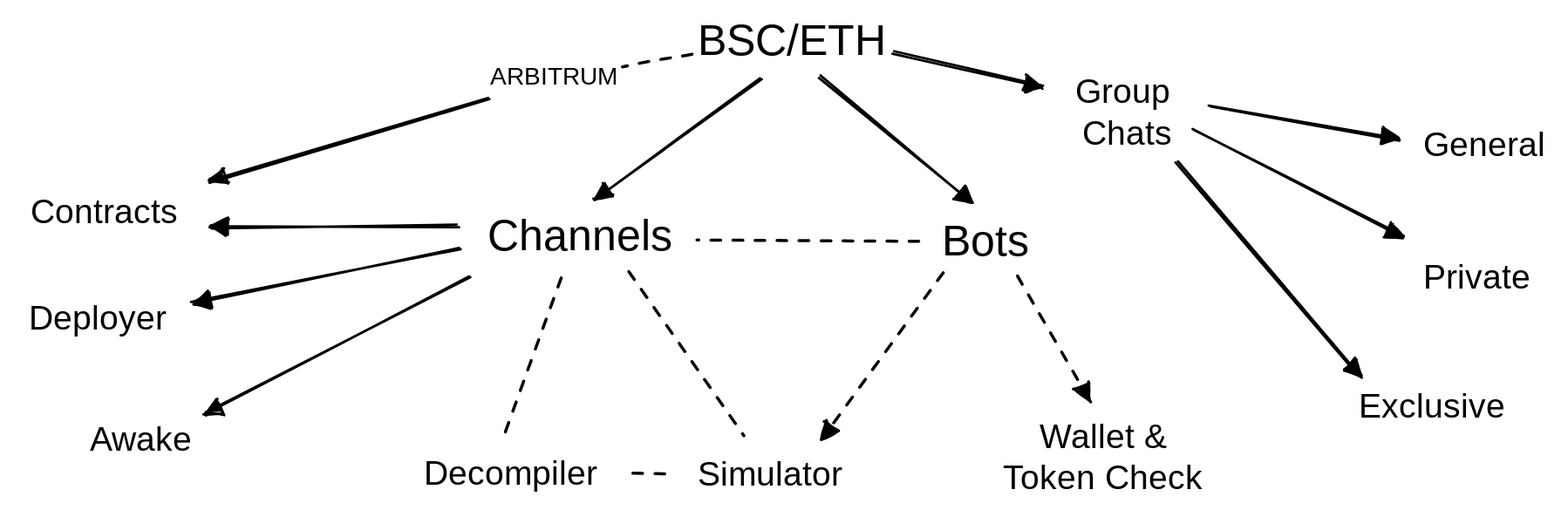
Before: .gitbook/assets/file.drawing (1).svg, a diagram exported from Excalidraw (kokosthief/DeFi-Robot-Documentation). Source tidied: one line per element, renumbered; positions are measured from the earlier drawing's top-left corner, leaving out a move shared by most shapes. Its diagram source:
```json
{"id": 0, "type": "text", "text": "BSC/ETH", "strokeColor": "#000000", "strokeWidth": 1, "roughness": 1, "fontSize": 36, "fontFamily": 3, "textAlign": "center", "x": 564, "y": 0, "width": 150, "height": 43}
{"id": 1, "type": "text", "text": "Group \nChats", "strokeColor": "#000000", "strokeWidth": 1, "roughness": 1, "fontSize": 28, "fontFamily": 3, "textAlign": "center", "x": 864, "y": 48, "width": 99, "height": 68}
{"id": 2, "type": "text", "text": "Channels", "strokeColor": "#000000", "strokeWidth": 1, "roughness": 1, "fontSize": 36, "fontFamily": 3, "textAlign": "center", "x": 379, "y": 160, "width": 171, "height": 43}
{"id": 3, "type": "arrow", "strokeColor": "#000000", "strokeWidth": 2, "roughness": 1, "endArrowhead": "triangle", "from": 0, "to": 2, "x": 614, "y": 54, "width": 136, "height": 99, "points": [[0, 0], [-136, 99]]}
{"id": 4, "type": "text", "text": "Contracts", "strokeColor": "#000000", "strokeWidth": 2, "roughness": 1, "fontSize": 28, "fontFamily": 3, "textAlign": "center", "x": 0, "y": 146, "width": 150, "height": 34}
{"id": 5, "type": "text", "text": "Deployer", "strokeColor": "#000000", "strokeWidth": 2, "roughness": 1, "fontSize": 28, "fontFamily": 3, "textAlign": "center", "x": 3, "y": 233, "width": 133, "height": 34}
{"id": 6, "type": "text", "text": "Awake", "strokeColor": "#000000", "strokeWidth": 2, "roughness": 1, "fontSize": 28, "fontFamily": 3, "textAlign": "center", "x": 63, "y": 332, "width": 84, "height": 34}
{"id": 7, "type": "arrow", "strokeColor": "#000000", "strokeWidth": 2, "roughness": 1, "endArrowhead": "triangle", "from": 2, "to": 5, "x": 367, "y": 194, "width": 220, "height": 44, "points": [[0, 0], [-220, 44]]}
{"id": 8, "type": "arrow", "strokeColor": "#000000", "strokeWidth": 2, "roughness": 1, "endArrowhead": "triangle", "from": 2, "to": 4, "x": 365, "y": 175, "width": 202, "height": 2, "points": [[0, 0], [-202, 2]]}
{"id": 9, "type": "arrow", "strokeColor": "#000000", "strokeWidth": 2, "roughness": 1, "endArrowhead": "triangle", "from": 2, "to": 6, "x": 374, "y": 216, "width": 217, "height": 112, "points": [[0, 0], [-217, 112]]}
{"id": 10, "type": "arrow", "strokeColor": "#000000", "strokeWidth": 2, "roughness": 1, "endArrowhead": "triangle", "from": 0, "to": 1, "x": 722, "y": 33, "width": 122, "height": 28, "points": [[0, 0], [122, 28]]}
{"id": 11, "type": "text", "text": "Private", "strokeColor": "#000000", "strokeWidth": 1, "roughness": 1, "fontSize": 28, "fontFamily": 3, "textAlign": "center", "x": 1141, "y": 199, "width": 117, "height": 34}
{"id": 12, "type": "arrow", "strokeColor": "#000000", "strokeWidth": 2, "roughness": 1, "endArrowhead": "triangle", "from": 1, "to": 11, "x": 968, "y": 96, "width": 172, "height": 88, "points": [[0, 0], [172, 88]]}
{"id": 13, "type": "text", "text": "Exclusive", "strokeColor": "#000000", "strokeWidth": 1, "roughness": 1, "fontSize": 28, "fontFamily": 3, "textAlign": "center", "x": 1088, "y": 305, "width": 150, "height": 34}
{"id": 14, "type": "arrow", "strokeColor": "#000000", "strokeWidth": 2, "roughness": 1, "endArrowhead": "triangle", "from": 1, "to": 13, "x": 953, "y": 123, "width": 150, "height": 176, "points": [[0, 0], [150, 176]]}
{"id": 15, "type": "text", "text": "ARBITRUM", "strokeColor": "#000000", "strokeWidth": 1, "roughness": 1, "fontSize": 20, "fontFamily": 3, "textAlign": "center", "x": 396, "y": 41, "width": 96, "height": 24}
{"id": 16, "type": "arrow", "strokeColor": "#000000", "strokeWidth": 2, "strokeStyle": "dashed", "roughness": 1, "from": 0, "to": 15, "x": 556, "y": 34, "width": 55, "height": 12, "points": [[0, 0], [-55, 12]]}
{"id": 17, "type": "arrow", "strokeColor": "#000000", "strokeWidth": 2, "roughness": 1, "endArrowhead": "triangle", "from": 15, "to": 4, "x": 390, "y": 71, "width": 229, "height": 68, "points": [[0, 0], [-229, 68]]}
{"id": 18, "type": "text", "text": "Simulator", "strokeColor": "#000000", "strokeWidth": 1, "roughness": 1, "fontSize": 28, "fontFamily": 3, "textAlign": "center", "x": 546, "y": 361, "width": 150, "height": 34}
{"id": 19, "type": "text", "text": "Wallet &\nToken Check", "strokeColor": "#000000", "strokeWidth": 1, "roughness": 1, "fontSize": 28, "fontFamily": 3, "textAlign": "center", "x": 802, "y": 330, "width": 182, "height": 68}
{"id": 20, "type": "arrow", "strokeColor": "#000000", "strokeWidth": 2, "strokeStyle": "dashed", "roughness": 1, "from": 2, "to": 18, "x": 506, "y": 213, "width": 94, "height": 134, "points": [[0, 0], [94, 134]]}
{"id": 21, "type": "text", "text": "Decompiler", "strokeColor": "#000000", "strokeWidth": 1, "roughness": 1, "fontSize": 28, "fontFamily": 3, "textAlign": "center", "x": 325, "y": 360, "width": 166, "height": 34}
{"id": 22, "type": "text", "text": "Bots", "strokeColor": "#000000", "strokeWidth": 1, "roughness": 1, "fontSize": 36, "fontFamily": 3, "textAlign": "center", "x": 754, "y": 165, "width": 86, "height": 43}
{"id": 23, "type": "arrow", "strokeColor": "#000000", "strokeWidth": 2, "roughness": 1, "endArrowhead": "triangle", "from": 0, "to": 22, "x": 662, "y": 53, "width": 123, "height": 103, "points": [[0, 0], [123, 103]]}
{"id": 24, "type": "arrow", "strokeColor": "#000000", "strokeWidth": 2, "strokeStyle": "dashed", "roughness": 1, "from": 18, "to": 21, "x": 536, "y": 378, "width": 35, "height": 1, "points": [[0, 0], [-35, 1]]}
{"id": 25, "type": "arrow", "strokeColor": "#000000", "strokeWidth": 2, "strokeStyle": "dashed", "roughness": 1, "endArrowhead": "triangle", "from": 22, "to": 18, "x": 762, "y": 214, "width": 97, "height": 137, "points": [[0, 0], [-97, 137]]}
{"id": 26, "type": "arrow", "strokeColor": "#000000", "strokeWidth": 2, "strokeStyle": "dashed", "roughness": 1, "endArrowhead": "triangle", "from": 22, "to": 19, "x": 824, "y": 215, "width": 57, "height": 102, "points": [[0, 0], [57, 102]]}
{"id": 27, "type": "arrow", "strokeColor": "#000000", "strokeWidth": 2, "strokeStyle": "dashed", "roughness": 1, "from": 2, "to": 21, "x": 450, "y": 218, "width": 47, "height": 130, "points": [[0, 0], [-47, 130]]}
{"id": 28, "type": "text", "text": "General", "strokeColor": "#000000", "strokeWidth": 1, "roughness": 1, "fontSize": 28, "fontFamily": 3, "textAlign": "center", "x": 1147, "y": 91, "width": 117, "height": 34}
{"id": 29, "type": "arrow", "strokeColor": "#000000", "strokeWidth": 2, "roughness": 1, "endArrowhead": "triangle", "from": 1, "to": 28, "x": 982, "y": 77, "width": 154, "height": 28, "points": [[0, 0], [154, 28]]}
{"id": 30, "type": "arrow", "strokeColor": "#000000", "strokeWidth": 2, "strokeStyle": "dashed", "roughness": 1, "from": 22, "to": 2, "x": 743, "y": 188, "width": 183, "height": 1, "points": [[0, 0], [-183, -1]]}
```
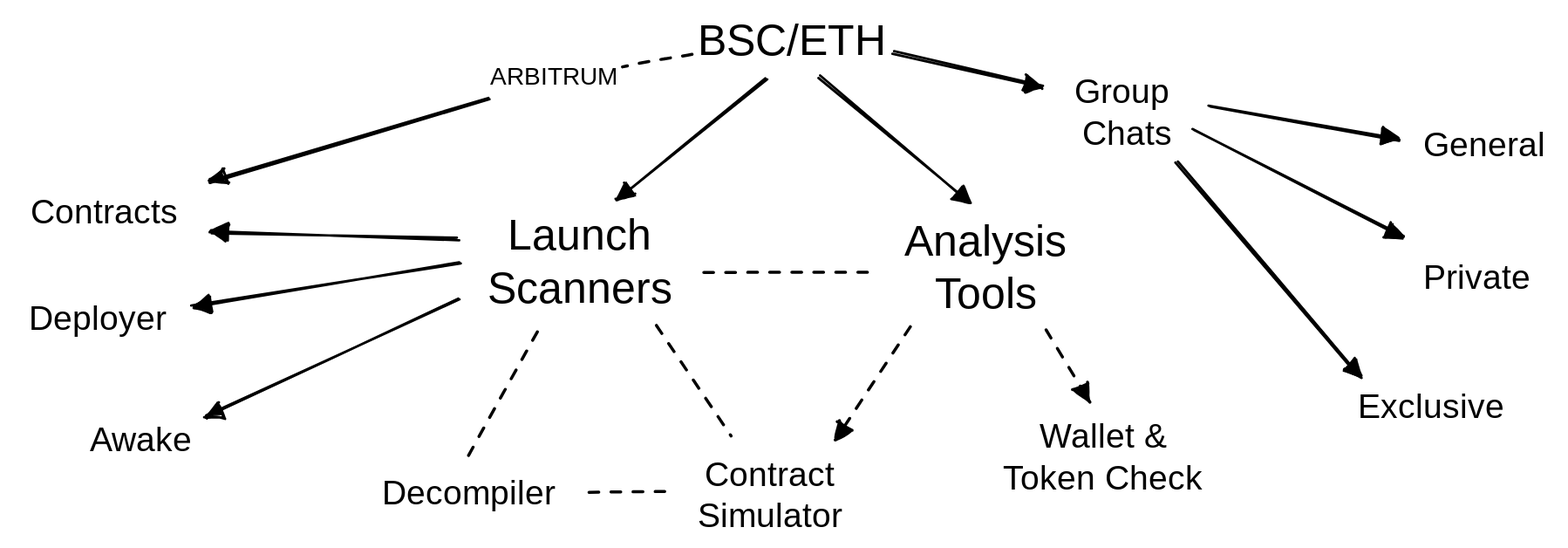
After the change.

Diff of the diagram source:
```diff
@@ -1,13 +1,13 @@
 {"id": 0, "type": "text", "text": "BSC/ETH", "strokeColor": "#000000", "strokeWidth": 1, "roughness": 1, "fontSize": 36, "fontFamily": 3, "textAlign": "center", "x": 564, "y": 0, "width": 150, "height": 43}
 {"id": 1, "type": "text", "text": "Group \nChats", "strokeColor": "#000000", "strokeWidth": 1, "roughness": 1, "fontSize": 28, "fontFamily": 3, "textAlign": "center", "x": 864, "y": 48, "width": 99, "height": 68}
-{"id": 2, "type": "text", "text": "Channels", "strokeColor": "#000000", "strokeWidth": 1, "roughness": 1, "fontSize": 36, "fontFamily": 3, "textAlign": "center", "x": 379, "y": 160, "width": 171, "height": 43}
+{"id": 2, "type": "text", "text": "Launch\nScanners", "strokeColor": "#000000", "strokeWidth": 1, "roughness": 1, "fontSize": 36, "fontFamily": 3, "textAlign": "center", "x": 379, "y": 160, "width": 171, "height": 87}
-{"id": 3, "type": "arrow", "strokeColor": "#000000", "strokeWidth": 2, "roughness": 1, "endArrowhead": "triangle", "from": 0, "to": 2, "x": 614, "y": 54, "width": 136, "height": 99, "points": [[0, 0], [-136, 99]]}
+{"id": 3, "type": "arrow", "strokeColor": "#000000", "strokeWidth": 2, "roughness": 1, "endArrowhead": "triangle", "from": 0, "to": 2, "x": 619, "y": 54, "width": 122, "height": 99, "points": [[0, 0], [-122, 99]]}
 {"id": 4, "type": "text", "text": "Contracts", "strokeColor": "#000000", "strokeWidth": 2, "roughness": 1, "fontSize": 28, "fontFamily": 3, "textAlign": "center", "x": 0, "y": 146, "width": 150, "height": 34}
 {"id": 5, "type": "text", "text": "Deployer", "strokeColor": "#000000", "strokeWidth": 2, "roughness": 1, "fontSize": 28, "fontFamily": 3, "textAlign": "center", "x": 3, "y": 233, "width": 133, "height": 34}
 {"id": 6, "type": "text", "text": "Awake", "strokeColor": "#000000", "strokeWidth": 2, "roughness": 1, "fontSize": 28, "fontFamily": 3, "textAlign": "center", "x": 63, "y": 332, "width": 84, "height": 34}
-{"id": 7, "type": "arrow", "strokeColor": "#000000", "strokeWidth": 2, "roughness": 1, "endArrowhead": "triangle", "from": 2, "to": 5, "x": 367, "y": 194, "width": 220, "height": 44, "points": [[0, 0], [-220, 44]]}
+{"id": 7, "type": "arrow", "strokeColor": "#000000", "strokeWidth": 2, "roughness": 1, "endArrowhead": "triangle", "from": 2, "to": 5, "x": 367, "y": 206, "width": 220, "height": 35, "points": [[0, 0], [-220, 35]]}
-{"id": 8, "type": "arrow", "strokeColor": "#000000", "strokeWidth": 2, "roughness": 1, "endArrowhead": "triangle", "from": 2, "to": 4, "x": 365, "y": 175, "width": 202, "height": 2, "points": [[0, 0], [-202, 2]]}
+{"id": 8, "type": "arrow", "strokeColor": "#000000", "strokeWidth": 2, "roughness": 1, "endArrowhead": "triangle", "from": 2, "to": 4, "x": 365, "y": 185, "width": 202, "height": 5, "points": [[0, 0], [-202, -5]]}
-{"id": 9, "type": "arrow", "strokeColor": "#000000", "strokeWidth": 2, "roughness": 1, "endArrowhead": "triangle", "from": 2, "to": 6, "x": 374, "y": 216, "width": 217, "height": 112, "points": [[0, 0], [-217, 112]]}
+{"id": 9, "type": "arrow", "strokeColor": "#000000", "strokeWidth": 2, "roughness": 1, "endArrowhead": "triangle", "from": 2, "to": 6, "x": 365, "y": 234, "width": 207, "height": 96, "points": [[0, 0], [-207, 96]]}
 {"id": 10, "type": "arrow", "strokeColor": "#000000", "strokeWidth": 2, "roughness": 1, "endArrowhead": "triangle", "from": 0, "to": 1, "x": 722, "y": 33, "width": 122, "height": 28, "points": [[0, 0], [122, 28]]}
 {"id": 11, "type": "text", "text": "Private", "strokeColor": "#000000", "strokeWidth": 1, "roughness": 1, "fontSize": 28, "fontFamily": 3, "textAlign": "center", "x": 1141, "y": 199, "width": 117, "height": 34}
 {"id": 12, "type": "arrow", "strokeColor": "#000000", "strokeWidth": 2, "roughness": 1, "endArrowhead": "triangle", "from": 1, "to": 11, "x": 968, "y": 96, "width": 172, "height": 88, "points": [[0, 0], [172, 88]]}
@@ -16,16 +16,16 @@
 {"id": 15, "type": "text", "text": "ARBITRUM", "strokeColor": "#000000", "strokeWidth": 1, "roughness": 1, "fontSize": 20, "fontFamily": 3, "textAlign": "center", "x": 396, "y": 41, "width": 96, "height": 24}
 {"id": 16, "type": "arrow", "strokeColor": "#000000", "strokeWidth": 2, "strokeStyle": "dashed", "roughness": 1, "from": 0, "to": 15, "x": 556, "y": 34, "width": 55, "height": 12, "points": [[0, 0], [-55, 12]]}
 {"id": 17, "type": "arrow", "strokeColor": "#000000", "strokeWidth": 2, "roughness": 1, "endArrowhead": "triangle", "from": 15, "to": 4, "x": 390, "y": 71, "width": 229, "height": 68, "points": [[0, 0], [-229, 68]]}
-{"id": 18, "type": "text", "text": "Simulator", "strokeColor": "#000000", "strokeWidth": 1, "roughness": 1, "fontSize": 28, "fontFamily": 3, "textAlign": "center", "x": 546, "y": 361, "width": 150, "height": 34}
+{"id": 18, "type": "text", "text": "Contract\nSimulator", "strokeColor": "#000000", "strokeWidth": 1, "roughness": 1, "fontSize": 28, "fontFamily": 3, "textAlign": "center", "x": 546, "y": 361, "width": 150, "height": 68}
 {"id": 19, "type": "text", "text": "Wallet &\nToken Check", "strokeColor": "#000000", "strokeWidth": 1, "roughness": 1, "fontSize": 28, "fontFamily": 3, "textAlign": "center", "x": 802, "y": 330, "width": 182, "height": 68}
-{"id": 20, "type": "arrow", "strokeColor": "#000000", "strokeWidth": 2, "strokeStyle": "dashed", "roughness": 1, "from": 2, "to": 18, "x": 506, "y": 213, "width": 94, "height": 134, "points": [[0, 0], [94, 134]]}
+{"id": 20, "type": "arrow", "strokeColor": "#000000", "strokeWidth": 2, "strokeStyle": "dashed", "roughness": 1, "from": 2, "to": 18, "x": 529, "y": 257, "width": 61, "height": 90, "points": [[0, 0], [61, 90]]}
-{"id": 21, "type": "text", "text": "Decompiler", "strokeColor": "#000000", "strokeWidth": 1, "roughness": 1, "fontSize": 28, "fontFamily": 3, "textAlign": "center", "x": 325, "y": 360, "width": 166, "height": 34}
+{"id": 21, "type": "text", "text": "Decompiler", "strokeColor": "#000000", "strokeWidth": 1, "roughness": 1, "fontSize": 28, "fontFamily": 3, "textAlign": "center", "x": 291, "y": 376, "width": 166, "height": 34}
-{"id": 22, "type": "text", "text": "Bots", "strokeColor": "#000000", "strokeWidth": 1, "roughness": 1, "fontSize": 36, "fontFamily": 3, "textAlign": "center", "x": 754, "y": 165, "width": 86, "height": 43}
+{"id": 22, "type": "text", "text": "Analysis\nTools", "strokeColor": "#000000", "strokeWidth": 1, "roughness": 1, "fontSize": 36, "fontFamily": 3, "textAlign": "center", "x": 712, "y": 165, "width": 170, "height": 87}
-{"id": 23, "type": "arrow", "strokeColor": "#000000", "strokeWidth": 2, "roughness": 1, "endArrowhead": "triangle", "from": 0, "to": 22, "x": 662, "y": 53, "width": 123, "height": 103, "points": [[0, 0], [123, 103]]}
+{"id": 23, "type": "arrow", "strokeColor": "#000000", "strokeWidth": 2, "roughness": 1, "endArrowhead": "triangle", "from": 0, "to": 22, "x": 662, "y": 53, "width": 122, "height": 103, "points": [[0, 0], [122, 103]]}
-{"id": 24, "type": "arrow", "strokeColor": "#000000", "strokeWidth": 2, "strokeStyle": "dashed", "roughness": 1, "from": 18, "to": 21, "x": 536, "y": 378, "width": 35, "height": 1, "points": [[0, 0], [-35, 1]]}
+{"id": 24, "type": "arrow", "strokeColor": "#000000", "strokeWidth": 2, "strokeStyle": "dashed", "roughness": 1, "from": 18, "to": 21, "x": 536, "y": 392, "width": 69, "height": 3, "points": [[0, 0], [-69, 3]]}
-{"id": 25, "type": "arrow", "strokeColor": "#000000", "strokeWidth": 2, "strokeStyle": "dashed", "roughness": 1, "endArrowhead": "triangle", "from": 22, "to": 18, "x": 762, "y": 214, "width": 97, "height": 137, "points": [[0, 0], [-97, 137]]}
+{"id": 25, "type": "arrow", "strokeColor": "#000000", "strokeWidth": 2, "strokeStyle": "dashed", "roughness": 1, "endArrowhead": "triangle", "from": 22, "to": 18, "x": 735, "y": 258, "width": 59, "height": 93, "points": [[0, 0], [-59, 93]]}
-{"id": 26, "type": "arrow", "strokeColor": "#000000", "strokeWidth": 2, "strokeStyle": "dashed", "roughness": 1, "endArrowhead": "triangle", "from": 22, "to": 19, "x": 824, "y": 215, "width": 57, "height": 102, "points": [[0, 0], [57, 102]]}
+{"id": 26, "type": "arrow", "strokeColor": "#000000", "strokeWidth": 2, "strokeStyle": "dashed", "roughness": 1, "endArrowhead": "triangle", "from": 22, "to": 19, "x": 848, "y": 259, "width": 33, "height": 58, "points": [[0, 0], [33, 58]]}
-{"id": 27, "type": "arrow", "strokeColor": "#000000", "strokeWidth": 2, "strokeStyle": "dashed", "roughness": 1, "from": 2, "to": 21, "x": 450, "y": 218, "width": 47, "height": 130, "points": [[0, 0], [-47, 130]]}
+{"id": 27, "type": "arrow", "strokeColor": "#000000", "strokeWidth": 2, "strokeStyle": "dashed", "roughness": 1, "from": 2, "to": 21, "x": 430, "y": 262, "width": 57, "height": 102, "points": [[0, 0], [-57, 102]]}
 {"id": 28, "type": "text", "text": "General", "strokeColor": "#000000", "strokeWidth": 1, "roughness": 1, "fontSize": 28, "fontFamily": 3, "textAlign": "center", "x": 1147, "y": 91, "width": 117, "height": 34}
 {"id": 29, "type": "arrow", "strokeColor": "#000000", "strokeWidth": 2, "roughness": 1, "endArrowhead": "triangle", "from": 1, "to": 28, "x": 982, "y": 77, "width": 154, "height": 28, "points": [[0, 0], [154, 28]]}
-{"id": 30, "type": "arrow", "strokeColor": "#000000", "strokeWidth": 2, "strokeStyle": "dashed", "roughness": 1, "from": 22, "to": 2, "x": 743, "y": 188, "width": 183, "height": 1, "points": [[0, 0], [-183, -1]]}
+{"id": 30, "type": "arrow", "strokeColor": "#000000", "strokeWidth": 2, "strokeStyle": "dashed", "roughness": 1, "from": 22, "to": 2, "x": 701, "y": 213, "width": 141, "height": 0, "points": [[0, 0], [-141, 0]]}
```
